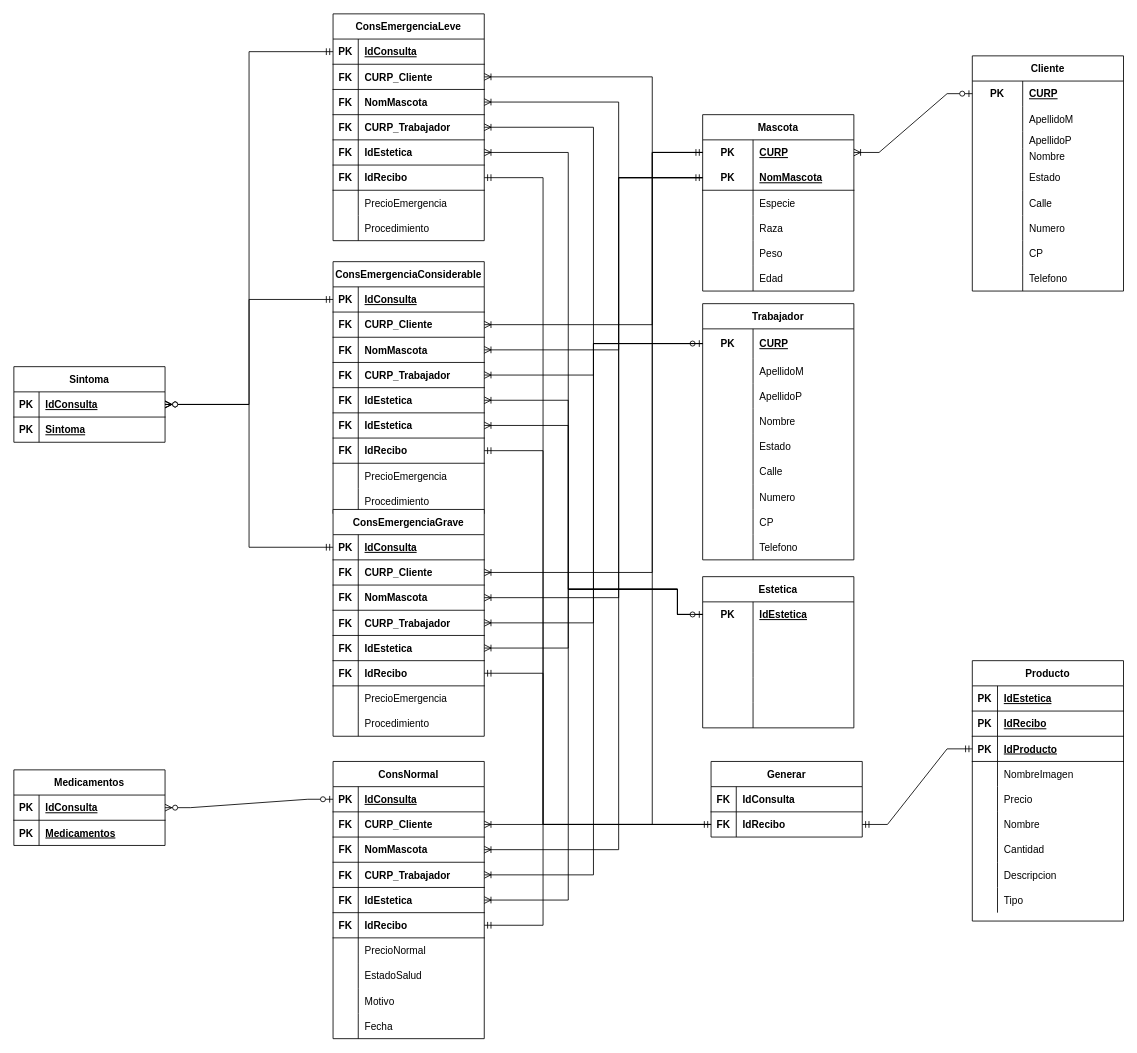
Before: RelacionalAlfa.drawio in FBD-Alfa/Practica05, a draw.io diagram. Source tidied: cells renumbered, new cells numbered last; positions are measured from the earlier drawing's top-left corner, leaving out a move shared by most shapes. Both pictures are drawn from the tidied source at 84%, with x=0, y=0 at pixel (13, 13).
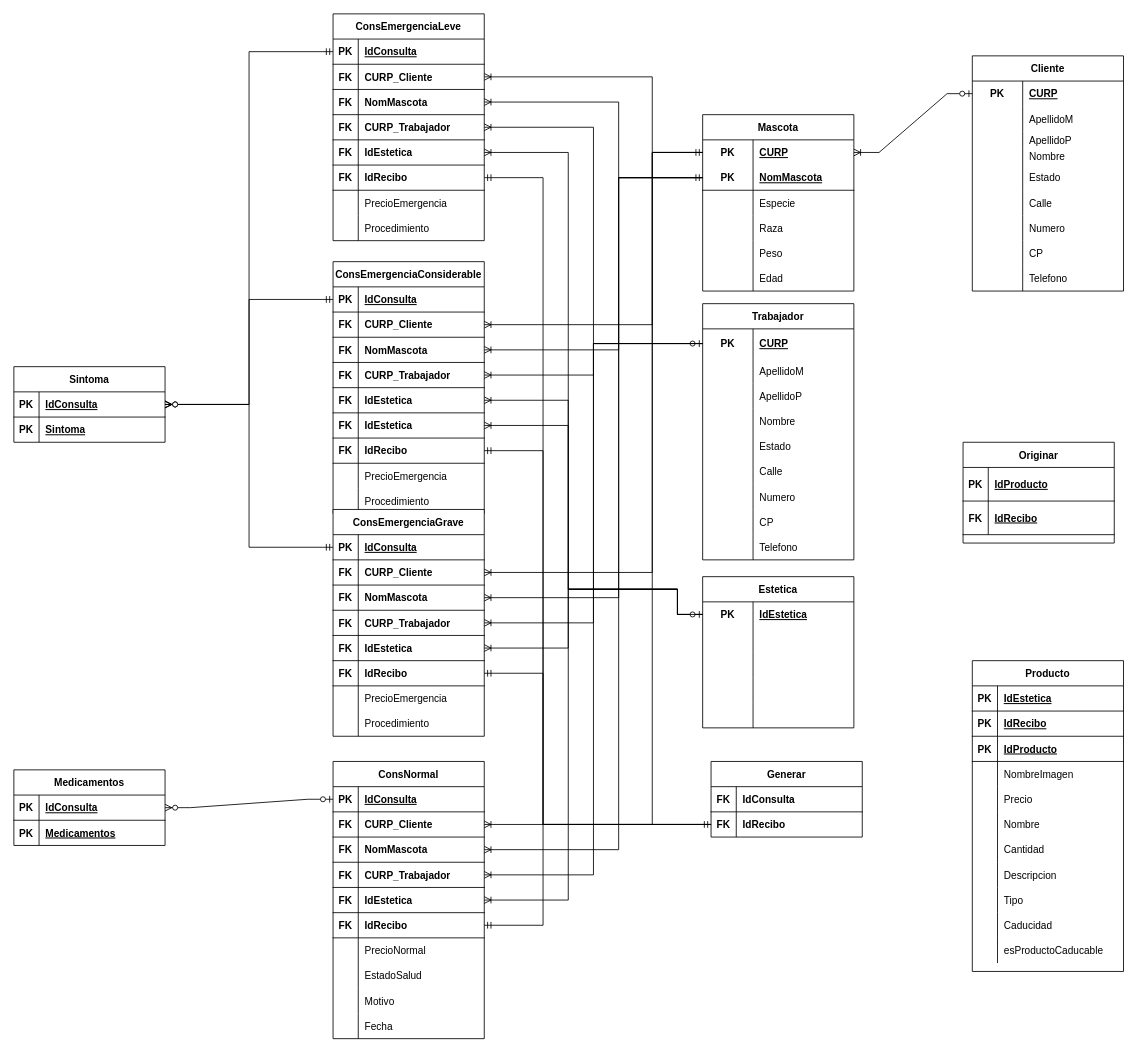
The same diagram, later.

The change refers to these unchanged cells:
```xml
<mxCell id="220" style="shape=tableRow;horizontal=0;startSize=0;swimlaneHead=0;swimlaneBody=0;fillColor=none;points=[[0,0.5],[1,0.5]];portConstraint=eastwest;top=0;left=0;right=0;bottom=0;" parent="216" vertex="1">
  <mxGeometry y="60" width="180" height="30" as="geometry" />
</mxCell>
<mxCell id="257" style="shape=tableRow;horizontal=0;startSize=0;swimlaneHead=0;swimlaneBody=0;fillColor=none;points=[[0,0.5],[1,0.5]];portConstraint=eastwest;top=0;left=0;right=0;bottom=1;" parent="250" vertex="1">
  <mxGeometry y="90" width="180" height="30" as="geometry" />
</mxCell>
```

What changed in the source:
```diff
@@
-    <mxCell id="245" style="edgeStyle=entityRelationEdgeStyle;fontSize=12;html=1;endArrow=ERmandOne;startArrow=ERmandOne;rounded=0;entryX=0;entryY=0.5;entryDx=0;entryDy=0;exitX=1;exitY=0.5;exitDx=0;exitDy=0;" parent="1" edge="1" source="220" target="257">
-      <mxGeometry relative="1" as="geometry" />
-    </mxCell>
@@
     <mxCell id="250" value="Producto" style="shape=table;startSize=30;childLayout=tableLayout;rowLines=0;fontStyle=1;align=center;" parent="1" vertex="1">
-      <mxGeometry x="1141" y="770" width="180" height="310" as="geometry" />
+      <mxGeometry x="1141" y="770" width="180" height="370" as="geometry" />
     </mxCell>
@@
+    <mxCell id="278" style="shape=tableRow;horizontal=0;startSize=0;swimlaneHead=0;swimlaneBody=0;fillColor=none;top=0;left=0;right=0;bottom=0;" parent="250" vertex="1">
+      <mxGeometry y="300" width="180" height="30" as="geometry" />
+    </mxCell>
+    <mxCell id="279" style="shape=partialRectangle;fillColor=none;top=0;left=0;bottom=0;right=0;overflow=hidden;" parent="278" vertex="1">
+      <mxGeometry width="30" height="30" as="geometry" />
+    </mxCell>
+    <mxCell id="280" value="Caducidad" style="shape=partialRectangle;fillColor=none;top=0;left=0;bottom=0;right=0;align=left;spacingLeft=6;overflow=hidden;" parent="278" vertex="1">
+      <mxGeometry x="30" width="150" height="30" as="geometry" />
+    </mxCell>
+    <mxCell id="281" style="shape=tableRow;horizontal=0;startSize=0;swimlaneHead=0;swimlaneBody=0;fillColor=none;top=0;left=0;right=0;bottom=0;" parent="250" vertex="1">
+      <mxGeometry y="330" width="180" height="30" as="geometry" />
+    </mxCell>
+    <mxCell id="282" style="shape=partialRectangle;fillColor=none;top=0;left=0;bottom=0;right=0;overflow=hidden;" parent="281" vertex="1">
+      <mxGeometry width="30" height="30" as="geometry" />
+    </mxCell>
+    <mxCell id="283" value="esProductoCaducable" style="shape=partialRectangle;fillColor=none;top=0;left=0;bottom=0;right=0;align=left;spacingLeft=6;overflow=hidden;" parent="281" vertex="1">
+      <mxGeometry x="30" width="150" height="30" as="geometry" />
+    </mxCell>
+    <mxCell id="284" value="Originar" style="shape=table;startSize=30;childLayout=tableLayout;rowLines=0;fontStyle=1;align=center;" parent="1" vertex="1">
+      <mxGeometry x="1130" y="510" width="180" height="120" as="geometry" />
+    </mxCell>
+    <mxCell id="285" style="shape=tableRow;horizontal=0;startSize=0;swimlaneHead=0;swimlaneBody=0;fillColor=none;top=0;left=0;right=0;bottom=1;" parent="284" vertex="1">
+      <mxGeometry y="30" width="180" height="40" as="geometry" />
+    </mxCell>
+    <mxCell id="286" value="PK" style="shape=partialRectangle;fillColor=none;top=0;left=0;bottom=0;right=0;fontStyle=1;overflow=hidden;" parent="285" vertex="1">
+      <mxGeometry width="30" height="40" as="geometry" />
+    </mxCell>
+    <mxCell id="287" value="IdProducto" style="shape=partialRectangle;fillColor=none;top=0;left=0;bottom=0;right=0;align=left;spacingLeft=6;fontStyle=5;overflow=hidden;" parent="285" vertex="1">
+      <mxGeometry x="30" width="150" height="40" as="geometry" />
+    </mxCell>
+    <mxCell id="288" style="shape=tableRow;horizontal=0;startSize=0;swimlaneHead=0;swimlaneBody=0;fillColor=none;top=0;left=0;right=0;bottom=1;" parent="284" vertex="1">
+      <mxGeometry y="70" width="180" height="40" as="geometry" />
+    </mxCell>
+    <mxCell id="289" value="FK" style="shape=partialRectangle;fillColor=none;top=0;left=0;bottom=0;right=0;fontStyle=1;overflow=hidden;" parent="288" vertex="1">
+      <mxGeometry width="30" height="40" as="geometry" />
+    </mxCell>
+    <mxCell id="290" value="IdRecibo" style="shape=partialRectangle;fillColor=none;top=0;left=0;bottom=0;right=0;align=left;spacingLeft=6;fontStyle=5;overflow=hidden;" parent="288" vertex="1">
+      <mxGeometry x="30" width="150" height="40" as="geometry" />
+    </mxCell>
```
